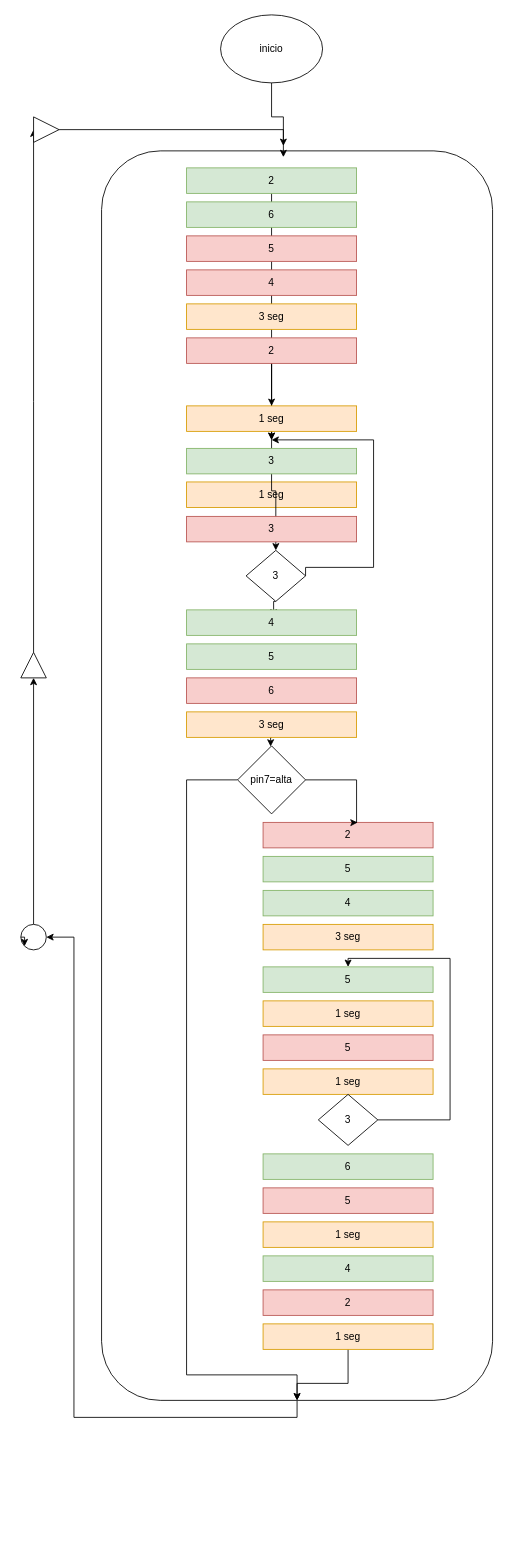
Before: trabajo3.drawio in ebruschi/Abi, a draw.io diagram. Source tidied: cells renumbered, new cells numbered last; positions are measured from the earlier drawing's top-left corner, leaving out a move shared by most shapes. Both pictures are drawn from the tidied source at 85%, with x=0, y=0 at pixel (20, 14).
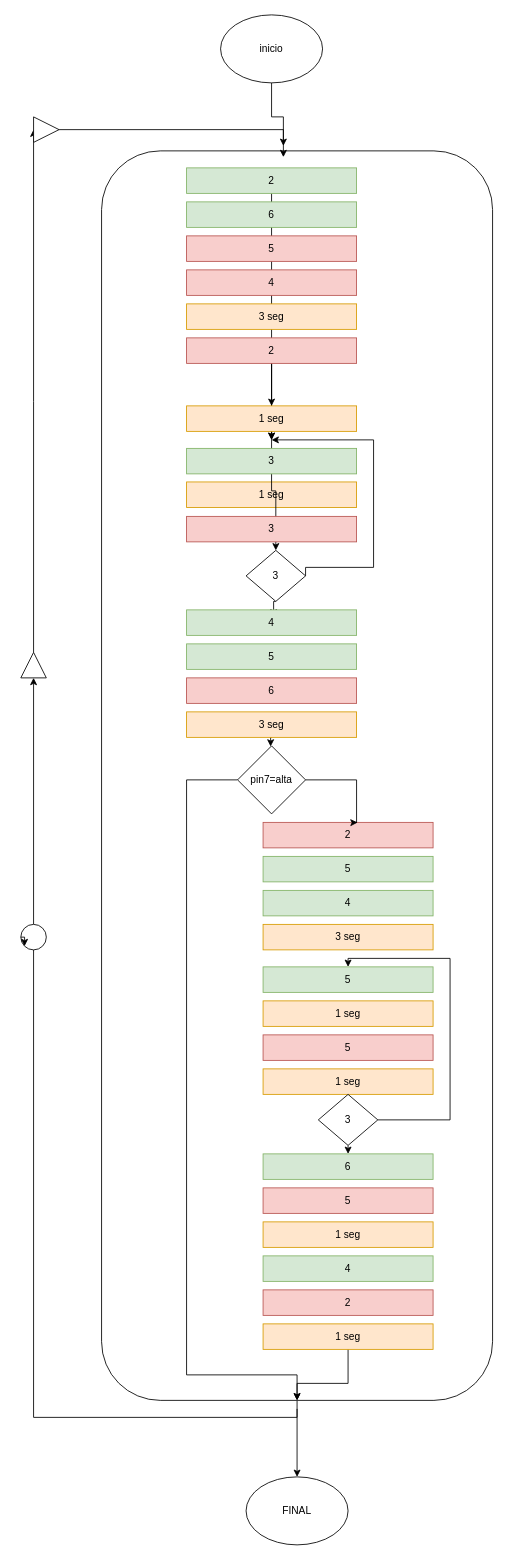
The same diagram, later.

Unchanged cells that the change refers to:
```xml
<mxCell id="4" style="rounded=1;whiteSpace=wrap;html=1;" parent="1" vertex="1">
  <mxGeometry x="95" y="160" width="460" height="1470" as="geometry" />
</mxCell>
<mxCell id="8" style="ellipse;whiteSpace=wrap;html=1;" parent="1" vertex="1">
  <mxGeometry y="1070" width="30" height="30" as="geometry" />
</mxCell>
<mxCell id="46" value="6" style="rounded=0;whiteSpace=wrap;html=1;fillColor=#d5e8d4;strokeColor=#82b366;" parent="1" vertex="1">
  <mxGeometry x="285" y="1340" width="200" height="30" as="geometry" />
</mxCell>
<mxCell id="54" value="3" style="rhombus;whiteSpace=wrap;html=1;" parent="1" vertex="1">
  <mxGeometry x="350" y="1270" width="70" height="60" as="geometry" />
</mxCell>
```

What changed in the source:
```diff
@@
-    <mxCell id="3" style="edgeStyle=orthogonalEdgeStyle;rounded=0;jettySize=auto;html=1;entryX=1;entryY=0.5;entryDx=0;entryDy=0;exitX=0.5;exitY=1;exitDx=0;exitDy=0;" parent="1" edge="1" source="4" target="8">
-      <mxGeometry relative="1" as="geometry" />
+    <mxCell id="3" style="edgeStyle=orthogonalEdgeStyle;rounded=0;jettySize=auto;html=1;entryX=1;entryY=0.5;entryDx=0;entryDy=0;" parent="1" edge="1" target="8">
+      <mxGeometry relative="1" as="geometry">
+        <mxPoint x="325" y="1640" as="sourcePoint" />
+        <Array as="points">
+          <mxPoint x="325" y="1650" />
+          <mxPoint x="15" y="1650" />
+          <mxPoint x="15" y="1085" />
+        </Array>
+      </mxGeometry>
     </mxCell>
+    <mxCell id="55" style="edgeStyle=orthogonalEdgeStyle;rounded=0;jettySize=auto;html=1;entryX=0.5;entryY=0;entryDx=0;entryDy=0;" parent="1" edge="1" source="4" target="57">
+      <mxGeometry relative="1" as="geometry" />
+    </mxCell>
@@
+    <mxCell id="56" style="edgeStyle=orthogonalEdgeStyle;rounded=0;jettySize=auto;html=1;exitX=0.5;exitY=1;exitDx=0;exitDy=0;entryX=0.5;entryY=0;entryDx=0;entryDy=0;" parent="1" edge="1" source="54" target="46">
+      <mxGeometry relative="1" as="geometry" />
+    </mxCell>
@@
+    <mxCell id="57" value="FINAL" style="ellipse;whiteSpace=wrap;html=1;" parent="1" vertex="1">
+      <mxGeometry x="265" y="1720" width="120" height="80" as="geometry" />
+    </mxCell>
```
